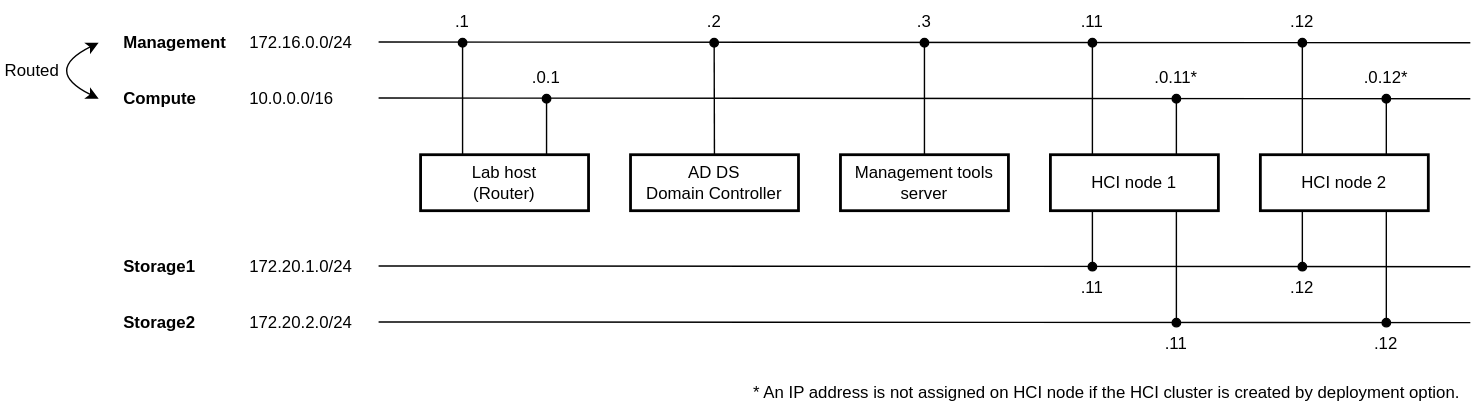
Before: docs/media/hci-lab-networking-logical-simplified.svg, a diagram exported from draw.io (tksh164/hci-lab). Source tidied: cells renumbered, new cells last; positions are measured from the earlier drawing's top-left corner, leaving out a move shared by most shapes.
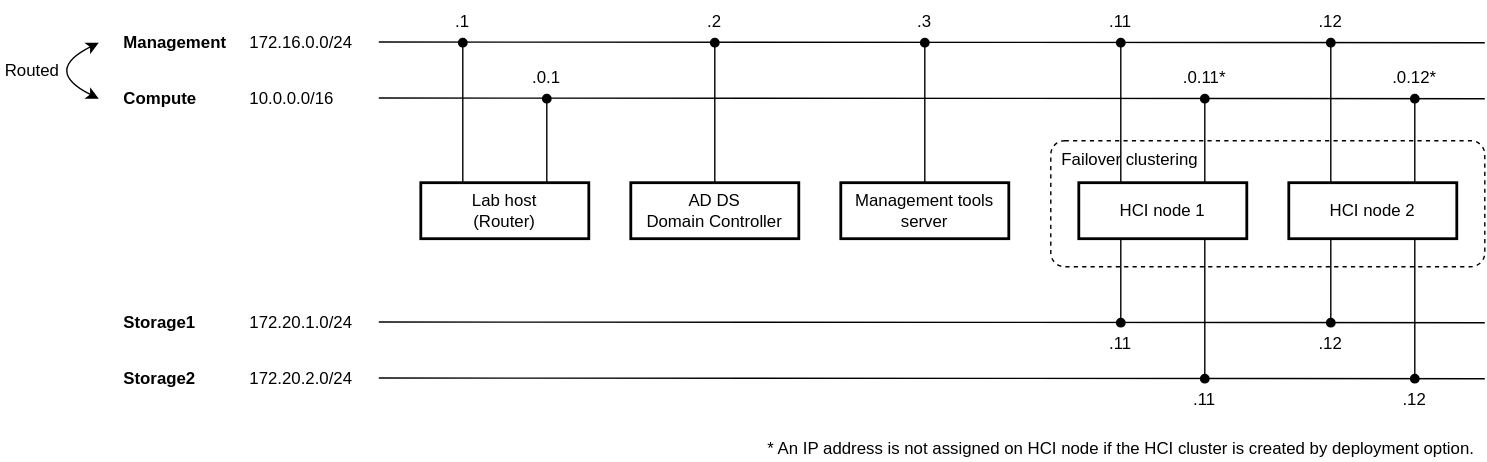
Later version of the same file.

The edit, as a diff of the source:
```diff
@@ -2,29 +2,32 @@
   <root>
     <mxCell id="0" />
     <mxCell id="1" parent="0" />
+    <mxCell id="46" value="Failover clustering" style="rounded=1;whiteSpace=wrap;html=1;fillColor=none;align=left;verticalAlign=top;spacingLeft=6;fontSize=12;strokeWidth=1;dashed=1;arcSize=11;" parent="1" vertex="1">
+      <mxGeometry x="750" y="80" width="310" height="90" as="geometry" />
+    </mxCell>
     <mxCell id="2" value="Management" style="rounded=0;whiteSpace=wrap;html=1;fillColor=none;spacingLeft=6;spacingRight=6;rotation=0;align=left;strokeColor=none;fontStyle=1;" parent="1" vertex="1">
-      <mxGeometry x="80" y="20" width="90" height="20" as="geometry" />
+      <mxGeometry x="80" width="90" height="20" as="geometry" />
     </mxCell>
     <mxCell id="3" style="endArrow=none;html=1;rounded=0;entryX=0.5;entryY=1;entryDx=0;entryDy=0;" parent="1" edge="1">
       <mxGeometry relative="1" as="geometry">
-        <mxPoint x="1050" y="30" as="sourcePoint" />
-        <mxPoint x="270" y="29.5" as="targetPoint" />
+        <mxPoint x="1060" y="10" as="sourcePoint" />
+        <mxPoint x="270" y="9.5" as="targetPoint" />
       </mxGeometry>
     </mxCell>
     <mxCell id="4" value="172.16.0.0/24" style="rounded=0;whiteSpace=wrap;html=1;fillColor=none;spacingLeft=6;spacingRight=6;rotation=0;align=left;strokeColor=none;" parent="1" vertex="1">
-      <mxGeometry x="170" y="20" width="100" height="20" as="geometry" />
+      <mxGeometry x="170" width="100" height="20" as="geometry" />
     </mxCell>
     <mxCell id="5" value="Compute" style="rounded=0;whiteSpace=wrap;html=1;fillColor=none;spacingLeft=6;spacingRight=6;rotation=0;align=left;strokeColor=none;fontStyle=1;" parent="1" vertex="1">
-      <mxGeometry x="80" y="60" width="90" height="20" as="geometry" />
+      <mxGeometry x="80" y="40" width="90" height="20" as="geometry" />
     </mxCell>
     <mxCell id="6" style="endArrow=none;html=1;rounded=0;entryX=0.5;entryY=1;entryDx=0;entryDy=0;" parent="1" edge="1">
       <mxGeometry relative="1" as="geometry">
-        <mxPoint x="1050" y="70" as="sourcePoint" />
-        <mxPoint x="270" y="69.5" as="targetPoint" />
+        <mxPoint x="1060" y="50" as="sourcePoint" />
+        <mxPoint x="270" y="49.5" as="targetPoint" />
       </mxGeometry>
     </mxCell>
     <mxCell id="7" value="10.0.0.0/16" style="rounded=0;whiteSpace=wrap;html=1;fillColor=none;spacingLeft=6;spacingRight=6;rotation=0;align=left;strokeColor=none;" parent="1" vertex="1">
-      <mxGeometry x="170" y="60" width="100" height="20" as="geometry" />
+      <mxGeometry x="170" y="40" width="100" height="20" as="geometry" />
     </mxCell>
     <mxCell id="8" value="&lt;span&gt;Lab host&lt;br&gt;(Router)&lt;br&gt;&lt;/span&gt;" style="rounded=0;whiteSpace=wrap;html=1;fontStyle=0;strokeWidth=2;" parent="1" vertex="1">
       <mxGeometry x="300" y="110" width="120" height="40" as="geometry" />
@@ -33,148 +36,124 @@
       <mxGeometry x="450" y="110" width="120" height="40" as="geometry" />
     </mxCell>
     <mxCell id="10" value="&lt;span&gt;HCI node 1&lt;br&gt;&lt;/span&gt;" style="rounded=0;whiteSpace=wrap;html=1;fontStyle=0;strokeWidth=2;" parent="1" vertex="1">
-      <mxGeometry x="750" y="110" width="120" height="40" as="geometry" />
+      <mxGeometry x="770" y="110" width="120" height="40" as="geometry" />
     </mxCell>
     <mxCell id="11" value="&lt;span&gt;HCI node 2&lt;br&gt;&lt;/span&gt;" style="rounded=0;whiteSpace=wrap;html=1;fontStyle=0;strokeWidth=2;" parent="1" vertex="1">
-      <mxGeometry x="900" y="110" width="120" height="40" as="geometry" />
+      <mxGeometry x="920" y="110" width="120" height="40" as="geometry" />
     </mxCell>
     <mxCell id="12" value="Management tools server" style="rounded=0;whiteSpace=wrap;html=1;fontStyle=0;strokeWidth=2;" parent="1" vertex="1">
       <mxGeometry x="600" y="110" width="120" height="40" as="geometry" />
     </mxCell>
     <mxCell id="13" value="Storage1" style="rounded=0;whiteSpace=wrap;html=1;fillColor=none;spacingLeft=6;spacingRight=6;rotation=0;align=left;strokeColor=none;fontStyle=1;" parent="1" vertex="1">
-      <mxGeometry x="80" y="180" width="90" height="20" as="geometry" />
+      <mxGeometry x="80" y="200" width="90" height="20" as="geometry" />
     </mxCell>
     <mxCell id="14" style="endArrow=none;html=1;rounded=0;entryX=0.5;entryY=1;entryDx=0;entryDy=0;" parent="1" edge="1">
       <mxGeometry relative="1" as="geometry">
-        <mxPoint x="1050" y="190" as="sourcePoint" />
-        <mxPoint x="270" y="189.5" as="targetPoint" />
+        <mxPoint x="1060" y="210" as="sourcePoint" />
+        <mxPoint x="270" y="209.5" as="targetPoint" />
       </mxGeometry>
     </mxCell>
     <mxCell id="15" value="172.20.1.0/24" style="rounded=0;whiteSpace=wrap;html=1;fillColor=none;spacingLeft=6;spacingRight=6;rotation=0;align=left;strokeColor=none;" parent="1" vertex="1">
-      <mxGeometry x="170" y="180" width="100" height="20" as="geometry" />
+      <mxGeometry x="170" y="200" width="100" height="20" as="geometry" />
     </mxCell>
     <mxCell id="16" value="Storage2" style="rounded=0;whiteSpace=wrap;html=1;fillColor=none;spacingLeft=6;spacingRight=6;rotation=0;align=left;strokeColor=none;fontStyle=1;" parent="1" vertex="1">
-      <mxGeometry x="80" y="220" width="90" height="20" as="geometry" />
+      <mxGeometry x="80" y="240" width="90" height="20" as="geometry" />
     </mxCell>
     <mxCell id="17" style="endArrow=none;html=1;rounded=0;entryX=0.5;entryY=1;entryDx=0;entryDy=0;" parent="1" edge="1">
       <mxGeometry relative="1" as="geometry">
-        <mxPoint x="1050" y="230" as="sourcePoint" />
-        <mxPoint x="270" y="229.5" as="targetPoint" />
+        <mxPoint x="1060" y="250" as="sourcePoint" />
+        <mxPoint x="270" y="249.5" as="targetPoint" />
       </mxGeometry>
     </mxCell>
     <mxCell id="18" value="172.20.2.0/24" style="rounded=0;whiteSpace=wrap;html=1;fillColor=none;spacingLeft=6;spacingRight=6;rotation=0;align=left;strokeColor=none;" parent="1" vertex="1">
-      <mxGeometry x="170" y="220" width="100" height="20" as="geometry" />
+      <mxGeometry x="170" y="240" width="100" height="20" as="geometry" />
     </mxCell>
-    <mxCell id="19" style="endArrow=none;html=1;rounded=0;startArrow=oval;startFill=1;startSize=6;entryX=0.25;entryY=0;entryDx=0;entryDy=0;" parent="1" edge="1" target="8">
-      <mxGeometry relative="1" as="geometry">
-        <mxPoint x="330" y="30" as="sourcePoint" />
-      </mxGeometry>
+    <mxCell id="19" style="endArrow=none;html=1;rounded=0;startArrow=oval;startFill=1;startSize=6;entryX=0.25;entryY=0;entryDx=0;entryDy=0;exitX=0.5;exitY=1;exitDx=0;exitDy=0;" parent="1" edge="1" source="35" target="8">
+      <mxGeometry relative="1" as="geometry" />
     </mxCell>
-    <mxCell id="20" style="endArrow=none;html=1;rounded=0;startArrow=oval;startFill=1;startSize=6;entryX=0.75;entryY=0;entryDx=0;entryDy=0;" parent="1" edge="1" target="8">
-      <mxGeometry relative="1" as="geometry">
-        <mxPoint x="390" y="70" as="sourcePoint" />
-      </mxGeometry>
+    <mxCell id="20" style="endArrow=none;html=1;rounded=0;startArrow=oval;startFill=1;startSize=6;entryX=0.75;entryY=0;entryDx=0;entryDy=0;exitX=0.5;exitY=1;exitDx=0;exitDy=0;" parent="1" edge="1" source="38" target="8">
+      <mxGeometry relative="1" as="geometry" />
     </mxCell>
-    <mxCell id="21" style="endArrow=none;html=1;rounded=0;startArrow=oval;startFill=1;startSize=6;" parent="1" edge="1" target="9">
-      <mxGeometry relative="1" as="geometry">
-        <mxPoint x="509.8" y="30" as="sourcePoint" />
-      </mxGeometry>
+    <mxCell id="21" style="endArrow=none;html=1;rounded=0;startArrow=oval;startFill=1;startSize=6;exitX=0.5;exitY=1;exitDx=0;exitDy=0;" parent="1" edge="1" source="33" target="9">
+      <mxGeometry relative="1" as="geometry" />
     </mxCell>
-    <mxCell id="22" style="endArrow=none;html=1;rounded=0;startArrow=oval;startFill=1;startSize=6;entryX=0.5;entryY=0;entryDx=0;entryDy=0;" parent="1" edge="1" target="12">
-      <mxGeometry relative="1" as="geometry">
-        <mxPoint x="660" y="30" as="sourcePoint" />
-      </mxGeometry>
+    <mxCell id="22" style="endArrow=none;html=1;rounded=0;startArrow=oval;startFill=1;startSize=6;entryX=0.5;entryY=0;entryDx=0;entryDy=0;exitX=0.5;exitY=1;exitDx=0;exitDy=0;" parent="1" edge="1" source="34" target="12">
+      <mxGeometry relative="1" as="geometry" />
     </mxCell>
-    <mxCell id="23" style="endArrow=none;html=1;rounded=0;startArrow=oval;startFill=1;startSize=6;entryX=0.25;entryY=0;entryDx=0;entryDy=0;" parent="1" edge="1" target="10">
-      <mxGeometry relative="1" as="geometry">
-        <mxPoint x="780" y="30" as="sourcePoint" />
-      </mxGeometry>
+    <mxCell id="23" style="endArrow=none;html=1;rounded=0;startArrow=oval;startFill=1;startSize=6;entryX=0.25;entryY=0;entryDx=0;entryDy=0;exitX=0.5;exitY=1;exitDx=0;exitDy=0;" parent="1" edge="1" source="36" target="10">
+      <mxGeometry relative="1" as="geometry" />
     </mxCell>
-    <mxCell id="24" style="endArrow=none;html=1;rounded=0;startArrow=oval;startFill=1;startSize=6;entryX=0.25;entryY=0;entryDx=0;entryDy=0;" parent="1" edge="1" target="11">
-      <mxGeometry relative="1" as="geometry">
-        <mxPoint x="930" y="30" as="sourcePoint" />
-      </mxGeometry>
+    <mxCell id="24" style="endArrow=none;html=1;rounded=0;startArrow=oval;startFill=1;startSize=6;entryX=0.25;entryY=0;entryDx=0;entryDy=0;exitX=0.5;exitY=1;exitDx=0;exitDy=0;" parent="1" edge="1" source="37" target="11">
+      <mxGeometry relative="1" as="geometry" />
     </mxCell>
-    <mxCell id="25" style="endArrow=none;html=1;rounded=0;startArrow=oval;startFill=1;startSize=6;entryX=0.75;entryY=0;entryDx=0;entryDy=0;" parent="1" edge="1" target="10">
-      <mxGeometry relative="1" as="geometry">
-        <mxPoint x="840" y="70" as="sourcePoint" />
-      </mxGeometry>
+    <mxCell id="25" style="endArrow=none;html=1;rounded=0;startArrow=oval;startFill=1;startSize=6;entryX=0.75;entryY=0;entryDx=0;entryDy=0;exitX=0.5;exitY=1;exitDx=0;exitDy=0;" parent="1" edge="1" source="43" target="10">
+      <mxGeometry relative="1" as="geometry" />
     </mxCell>
-    <mxCell id="26" style="endArrow=none;html=1;rounded=0;startArrow=oval;startFill=1;startSize=6;entryX=0.75;entryY=0;entryDx=0;entryDy=0;" parent="1" edge="1" target="11">
-      <mxGeometry relative="1" as="geometry">
-        <mxPoint x="990" y="70" as="sourcePoint" />
-      </mxGeometry>
+    <mxCell id="26" style="endArrow=none;html=1;rounded=0;startArrow=oval;startFill=1;startSize=6;entryX=0.75;entryY=0;entryDx=0;entryDy=0;exitX=0.5;exitY=1;exitDx=0;exitDy=0;" parent="1" edge="1" source="44" target="11">
+      <mxGeometry relative="1" as="geometry" />
     </mxCell>
-    <mxCell id="27" style="endArrow=none;html=1;rounded=0;startArrow=oval;startFill=1;startSize=6;entryX=0.25;entryY=1;entryDx=0;entryDy=0;" parent="1" edge="1" target="10">
-      <mxGeometry relative="1" as="geometry">
-        <mxPoint x="780" y="190" as="sourcePoint" />
-      </mxGeometry>
+    <mxCell id="27" style="endArrow=none;html=1;rounded=0;startArrow=oval;startFill=1;startSize=6;entryX=0.25;entryY=1;entryDx=0;entryDy=0;exitX=0.5;exitY=0;exitDx=0;exitDy=0;" parent="1" edge="1" source="39" target="10">
+      <mxGeometry relative="1" as="geometry" />
     </mxCell>
-    <mxCell id="28" style="endArrow=none;html=1;rounded=0;startArrow=oval;startFill=1;startSize=6;entryX=0.75;entryY=1;entryDx=0;entryDy=0;" parent="1" edge="1" target="10">
-      <mxGeometry relative="1" as="geometry">
-        <mxPoint x="840" y="230" as="sourcePoint" />
-      </mxGeometry>
+    <mxCell id="28" style="endArrow=none;html=1;rounded=0;startArrow=oval;startFill=1;startSize=6;entryX=0.75;entryY=1;entryDx=0;entryDy=0;exitX=0.5;exitY=0;exitDx=0;exitDy=0;" parent="1" edge="1" source="40" target="10">
+      <mxGeometry relative="1" as="geometry" />
     </mxCell>
-    <mxCell id="29" style="endArrow=none;html=1;rounded=0;startArrow=oval;startFill=1;startSize=6;entryX=0.25;entryY=1;entryDx=0;entryDy=0;" parent="1" edge="1" target="11">
-      <mxGeometry relative="1" as="geometry">
-        <mxPoint x="930" y="190" as="sourcePoint" />
-      </mxGeometry>
+    <mxCell id="29" style="endArrow=none;html=1;rounded=0;startArrow=oval;startFill=1;startSize=6;entryX=0.25;entryY=1;entryDx=0;entryDy=0;exitX=0.5;exitY=0;exitDx=0;exitDy=0;" parent="1" edge="1" source="41" target="11">
+      <mxGeometry relative="1" as="geometry" />
     </mxCell>
-    <mxCell id="30" style="endArrow=none;html=1;rounded=0;startArrow=oval;startFill=1;startSize=6;entryX=0.75;entryY=1;entryDx=0;entryDy=0;" parent="1" edge="1" target="11">
-      <mxGeometry relative="1" as="geometry">
-        <mxPoint x="990" y="230" as="sourcePoint" />
-      </mxGeometry>
+    <mxCell id="30" style="endArrow=none;html=1;rounded=0;startArrow=oval;startFill=1;startSize=6;entryX=0.75;entryY=1;entryDx=0;entryDy=0;exitX=0.5;exitY=0;exitDx=0;exitDy=0;" parent="1" edge="1" source="42" target="11">
+      <mxGeometry relative="1" as="geometry" />
     </mxCell>
     <mxCell id="31" style="endArrow=classic;startArrow=classic;html=1;curved=1;" parent="1" edge="1">
       <mxGeometry relative="1" as="geometry">
-        <mxPoint x="70" y="70" as="sourcePoint" />
-        <mxPoint x="70" y="30" as="targetPoint" />
+        <mxPoint x="70" y="50" as="sourcePoint" />
+        <mxPoint x="70" y="10" as="targetPoint" />
         <Array as="points">
-          <mxPoint x="30" y="50" />
+          <mxPoint x="30" y="30" />
         </Array>
       </mxGeometry>
     </mxCell>
     <mxCell id="32" value="Routed" style="rounded=0;whiteSpace=wrap;html=1;fillColor=none;spacingLeft=6;spacingRight=6;rotation=0;align=right;strokeColor=none;" parent="1" vertex="1">
-      <mxGeometry y="40" width="50" height="20" as="geometry" />
+      <mxGeometry y="20" width="50" height="20" as="geometry" />
     </mxCell>
     <mxCell id="33" value=".2" style="rounded=0;whiteSpace=wrap;html=1;fillColor=none;spacingLeft=6;spacingRight=6;rotation=0;align=center;strokeColor=none;" parent="1" vertex="1">
-      <mxGeometry x="500" width="20" height="30" as="geometry" />
+      <mxGeometry x="500" y="-20" width="20" height="30" as="geometry" />
     </mxCell>
     <mxCell id="34" value=".3" style="rounded=0;whiteSpace=wrap;html=1;fillColor=none;spacingLeft=6;spacingRight=6;rotation=0;align=center;strokeColor=none;" parent="1" vertex="1">
-      <mxGeometry x="650" width="20" height="30" as="geometry" />
+      <mxGeometry x="650" y="-20" width="20" height="30" as="geometry" />
     </mxCell>
     <mxCell id="35" value=".1" style="rounded=0;whiteSpace=wrap;html=1;fillColor=none;spacingLeft=6;spacingRight=6;rotation=0;align=center;strokeColor=none;" parent="1" vertex="1">
-      <mxGeometry x="320" width="20" height="30" as="geometry" />
+      <mxGeometry x="320" y="-20" width="20" height="30" as="geometry" />
     </mxCell>
     <mxCell id="36" value=".11" style="rounded=0;whiteSpace=wrap;html=1;fillColor=none;spacingLeft=6;spacingRight=6;rotation=0;align=center;strokeColor=none;" parent="1" vertex="1">
-      <mxGeometry x="770" width="20" height="30" as="geometry" />
+      <mxGeometry x="790" y="-20" width="20" height="30" as="geometry" />
     </mxCell>
     <mxCell id="37" value=".12" style="rounded=0;whiteSpace=wrap;html=1;fillColor=none;spacingLeft=6;spacingRight=6;rotation=0;align=center;strokeColor=none;" parent="1" vertex="1">
-      <mxGeometry x="920" width="20" height="30" as="geometry" />
+      <mxGeometry x="940" y="-20" width="20" height="30" as="geometry" />
     </mxCell>
     <mxCell id="38" value=".0.1" style="rounded=0;whiteSpace=wrap;html=1;fillColor=none;spacingLeft=6;spacingRight=6;rotation=0;align=center;strokeColor=none;" parent="1" vertex="1">
-      <mxGeometry x="370" y="40" width="40" height="30" as="geometry" />
+      <mxGeometry x="370" y="20" width="40" height="30" as="geometry" />
     </mxCell>
     <mxCell id="39" value=".11" style="rounded=0;whiteSpace=wrap;html=1;fillColor=none;spacingLeft=6;spacingRight=6;rotation=0;align=center;strokeColor=none;" parent="1" vertex="1">
-      <mxGeometry x="770" y="190" width="20" height="30" as="geometry" />
+      <mxGeometry x="790" y="210" width="20" height="30" as="geometry" />
     </mxCell>
     <mxCell id="40" value=".11" style="rounded=0;whiteSpace=wrap;html=1;fillColor=none;spacingLeft=6;spacingRight=6;rotation=0;align=center;strokeColor=none;" parent="1" vertex="1">
-      <mxGeometry x="830" y="230" width="20" height="30" as="geometry" />
+      <mxGeometry x="850" y="250" width="20" height="30" as="geometry" />
     </mxCell>
     <mxCell id="41" value=".12" style="rounded=0;whiteSpace=wrap;html=1;fillColor=none;spacingLeft=6;spacingRight=6;rotation=0;align=center;strokeColor=none;" parent="1" vertex="1">
-      <mxGeometry x="920" y="190" width="20" height="30" as="geometry" />
+      <mxGeometry x="940" y="210" width="20" height="30" as="geometry" />
     </mxCell>
     <mxCell id="42" value=".12" style="rounded=0;whiteSpace=wrap;html=1;fillColor=none;spacingLeft=6;spacingRight=6;rotation=0;align=center;strokeColor=none;" parent="1" vertex="1">
-      <mxGeometry x="980" y="230" width="20" height="30" as="geometry" />
+      <mxGeometry x="1000" y="250" width="20" height="30" as="geometry" />
     </mxCell>
     <mxCell id="43" value=".0.11*" style="rounded=0;whiteSpace=wrap;html=1;fillColor=none;spacingLeft=6;spacingRight=6;rotation=0;align=center;strokeColor=none;" parent="1" vertex="1">
-      <mxGeometry x="820" y="40" width="40" height="30" as="geometry" />
+      <mxGeometry x="840" y="20" width="40" height="30" as="geometry" />
     </mxCell>
     <mxCell id="44" value=".0.12*" style="rounded=0;whiteSpace=wrap;html=1;fillColor=none;spacingLeft=6;spacingRight=6;rotation=0;align=center;strokeColor=none;" parent="1" vertex="1">
-      <mxGeometry x="970" y="40" width="40" height="30" as="geometry" />
+      <mxGeometry x="990" y="20" width="40" height="30" as="geometry" />
     </mxCell>
     <mxCell id="45" value="* An IP address is not assigned on HCI node if the HCI cluster is created by deployment option." style="rounded=0;whiteSpace=wrap;html=1;fillColor=none;spacingLeft=6;spacingRight=6;rotation=0;align=left;strokeColor=none;" parent="1" vertex="1">
-      <mxGeometry x="530" y="270" width="520" height="20" as="geometry" />
+      <mxGeometry x="540" y="290" width="520" height="20" as="geometry" />
     </mxCell>
   </root>
 </mxGraphModel>
```
